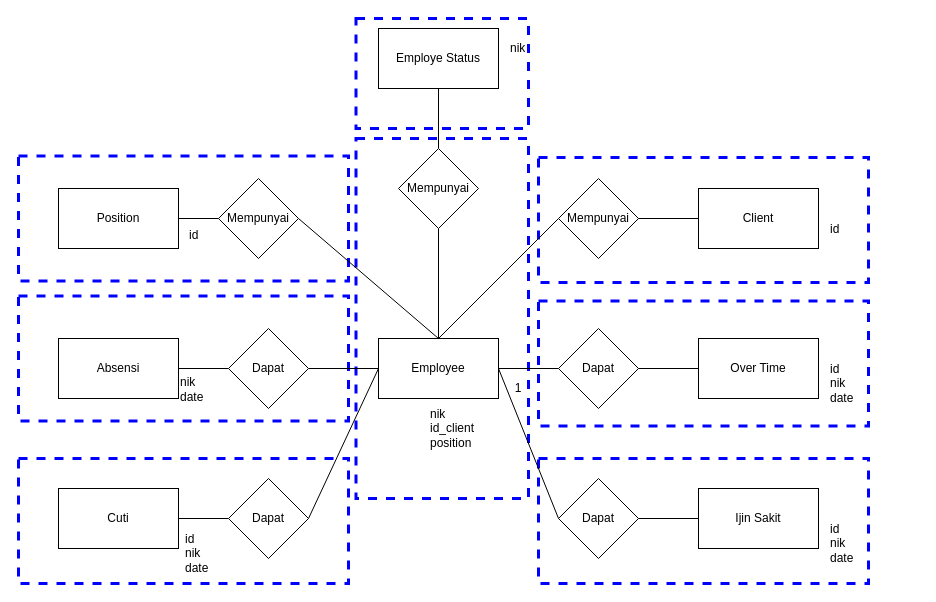
Earlier version of the draw.io diagram page "LRS" (2 of 3) of Penulisan/Bab 3.drawio (w4hyud1/leni_karyawan). Source tidied: cells renumbered, new cells numbered last; positions are measured from the earlier drawing's top-left corner, leaving out a move shared by most shapes. Both pictures are drawn from the tidied source at 100%, with x=0, y=0 at pixel (18, 18).
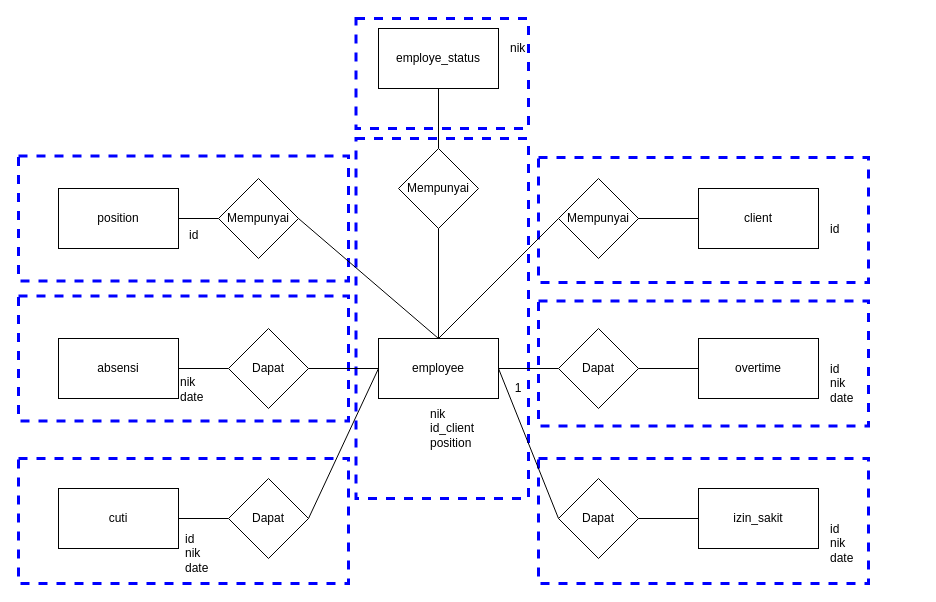
Above is the later version.

Diff of the diagram source:
```diff
@@
-    <mxCell id="12" value="Employee" style="rounded=0;whiteSpace=wrap;html=1;" parent="1" vertex="1">
+    <mxCell id="12" value="employee" style="rounded=0;whiteSpace=wrap;html=1;" parent="1" vertex="1">
       <mxGeometry x="360" y="320" width="120" height="60" as="geometry" />
     </mxCell>
-    <mxCell id="13" value="Absensi" style="rounded=0;whiteSpace=wrap;html=1;" parent="1" vertex="1">
+    <mxCell id="13" value="absensi" style="rounded=0;whiteSpace=wrap;html=1;" parent="1" vertex="1">
       <mxGeometry x="40" y="320" width="120" height="60" as="geometry" />
     </mxCell>
-    <mxCell id="14" value="Over Time" style="rounded=0;whiteSpace=wrap;html=1;" parent="1" vertex="1">
+    <mxCell id="14" value="overtime" style="rounded=0;whiteSpace=wrap;html=1;" parent="1" vertex="1">
       <mxGeometry x="680" y="320" width="120" height="60" as="geometry" />
     </mxCell>
@@
-    <mxCell id="22" value="Cuti" style="rounded=0;whiteSpace=wrap;html=1;" parent="1" vertex="1">
+    <mxCell id="22" value="cuti" style="rounded=0;whiteSpace=wrap;html=1;" parent="1" vertex="1">
       <mxGeometry x="40" y="470" width="120" height="60" as="geometry" />
     </mxCell>
@@
-    <mxCell id="26" value="Ijin Sakit" style="rounded=0;whiteSpace=wrap;html=1;" parent="1" vertex="1">
+    <mxCell id="26" value="izin_sakit" style="rounded=0;whiteSpace=wrap;html=1;" parent="1" vertex="1">
       <mxGeometry x="680" y="470" width="120" height="60" as="geometry" />
     </mxCell>
@@
-    <mxCell id="33" value="Client" style="rounded=0;whiteSpace=wrap;html=1;" parent="1" vertex="1">
+    <mxCell id="33" value="client" style="rounded=0;whiteSpace=wrap;html=1;" parent="1" vertex="1">
       <mxGeometry x="680" y="170" width="120" height="60" as="geometry" />
     </mxCell>
@@
-    <mxCell id="35" value="Position" style="rounded=0;whiteSpace=wrap;html=1;" parent="1" vertex="1">
+    <mxCell id="35" value="position" style="rounded=0;whiteSpace=wrap;html=1;" parent="1" vertex="1">
       <mxGeometry x="40" y="170" width="120" height="60" as="geometry" />
     </mxCell>
@@
-    <mxCell id="45" value="Employe Status" style="rounded=0;whiteSpace=wrap;html=1;" parent="1" vertex="1">
+    <mxCell id="45" value="employe_status" style="rounded=0;whiteSpace=wrap;html=1;" parent="1" vertex="1">
       <mxGeometry x="360" y="10" width="120" height="60" as="geometry" />
     </mxCell>
```
